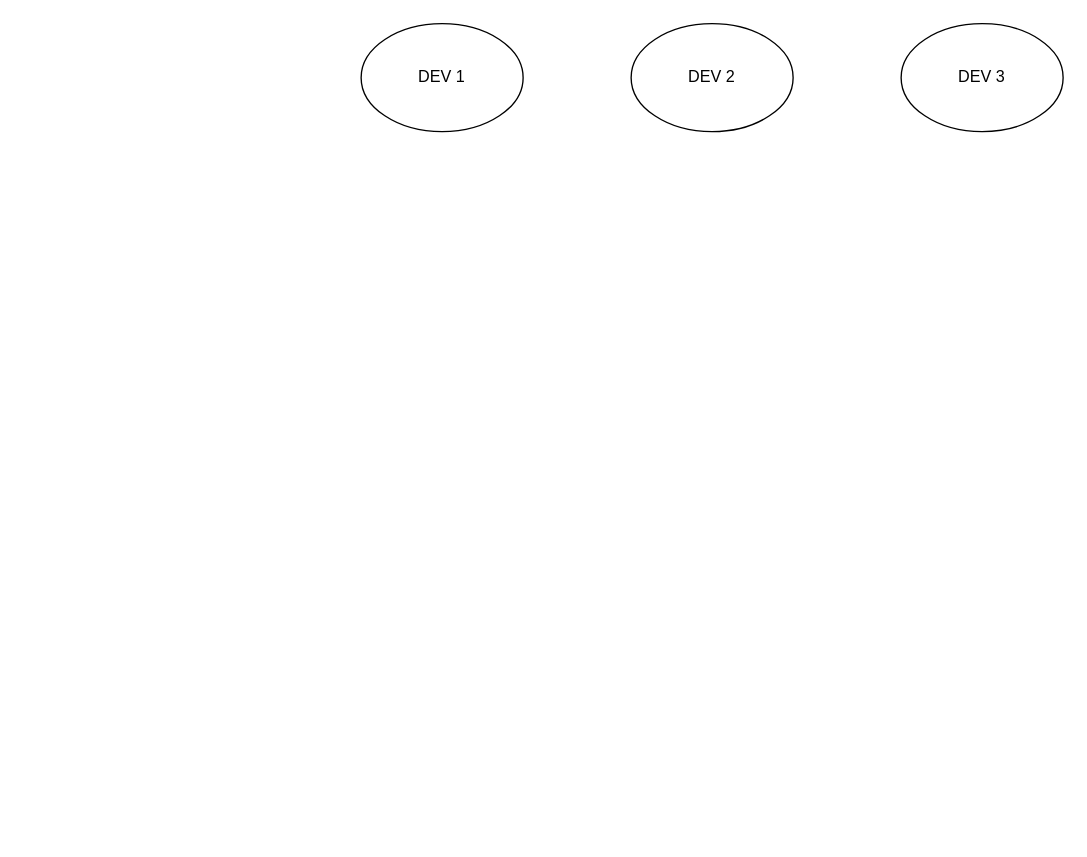
Earlier version of the draw.io diagram co-devTeam.drawio (busugu2018/muleCustomerOnboarding). Source tidied: cells renumbered, new cells numbered last; positions are measured from the earlier drawing's top-left corner, leaving out a move shared by most shapes. Both pictures are drawn from the tidied source at 135%, with x=0, y=0 at pixel (360, 23).
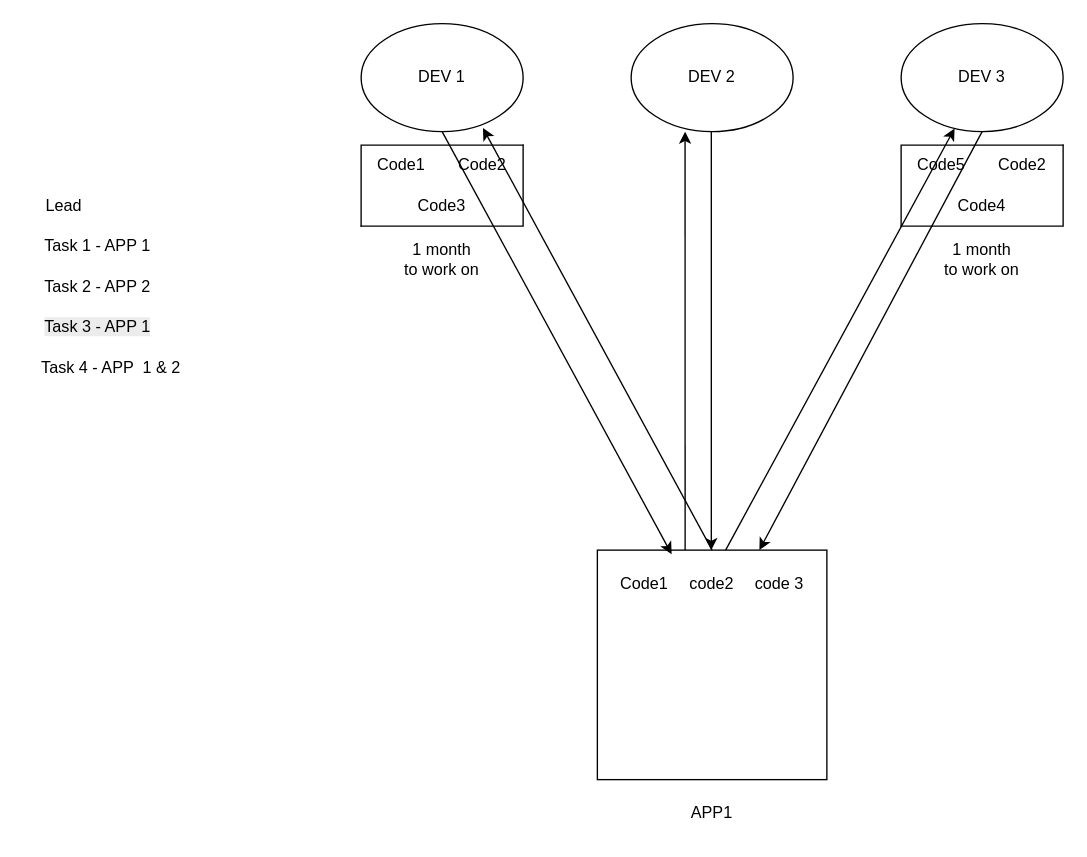
The same page after the edit.

Unchanged cells that the change refers to:
```xml
<mxCell id="2" value="DEV 1" style="ellipse;whiteSpace=wrap;html=1;" parent="1" vertex="1">
  <mxGeometry width="120" height="80" as="geometry" />
</mxCell>
<mxCell id="3" style="ellipse;whiteSpace=wrap;html=1;" parent="1" vertex="1">
  <mxGeometry x="200" width="120" height="80" as="geometry" />
</mxCell>
<mxCell id="4" value="DEV 3" style="ellipse;whiteSpace=wrap;html=1;" parent="1" vertex="1">
  <mxGeometry x="400" width="120" height="80" as="geometry" />
</mxCell>
```

Change to the diagram source:
```diff
@@
+    <mxCell id="6" value="Lead" style="text;html=1;whiteSpace=wrap;strokeColor=none;fillColor=none;align=center;verticalAlign=middle;rounded=0;" parent="1" vertex="1">
+      <mxGeometry x="-250" y="120" width="60" height="30" as="geometry" />
+    </mxCell>
+    <mxCell id="7" value="Task 1 - APP 1" style="text;html=1;whiteSpace=wrap;strokeColor=none;fillColor=none;align=center;verticalAlign=middle;rounded=0;" parent="1" vertex="1">
+      <mxGeometry x="-250" y="150" width="110" height="30" as="geometry" />
+    </mxCell>
+    <mxCell id="8" value="Task 2 - APP 2" style="text;html=1;whiteSpace=wrap;strokeColor=none;fillColor=none;align=center;verticalAlign=middle;rounded=0;" parent="1" vertex="1">
+      <mxGeometry x="-250" y="180" width="110" height="30" as="geometry" />
+    </mxCell>
+    <mxCell id="9" value="&lt;span style=&quot;caret-color: rgb(0, 0, 0); color: rgb(0, 0, 0); font-family: Helvetica; font-size: 12px; font-style: normal; font-variant-caps: normal; font-weight: 400; letter-spacing: normal; text-align: center; text-indent: 0px; text-transform: none; white-space: normal; word-spacing: 0px; -webkit-text-stroke-width: 0px; background-color: rgb(236, 236, 236); text-decoration: none; float: none; display: inline !important;&quot;&gt;Task 3 - APP 1&lt;/span&gt;" style="text;html=1;whiteSpace=wrap;strokeColor=none;fillColor=none;align=center;verticalAlign=middle;rounded=0;" parent="1" vertex="1">
+      <mxGeometry x="-245" y="210" width="100" height="30" as="geometry" />
+    </mxCell>
+    <mxCell id="10" value="Task 4 - APP &amp;nbsp;1 &amp;amp; 2" style="text;html=1;whiteSpace=wrap;strokeColor=none;fillColor=none;align=center;verticalAlign=middle;rounded=0;" parent="1" vertex="1">
+      <mxGeometry x="-245" y="240" width="120" height="30" as="geometry" />
+    </mxCell>
+    <mxCell id="11" style="whiteSpace=wrap;html=1;" parent="1" vertex="1">
+      <mxGeometry x="175" y="390" width="170" height="170" as="geometry" />
+    </mxCell>
+    <mxCell id="12" value="Code1" style="text;html=1;whiteSpace=wrap;strokeColor=none;fillColor=none;align=center;verticalAlign=middle;rounded=0;" parent="1" vertex="1">
+      <mxGeometry x="180" y="400" width="60" height="30" as="geometry" />
+    </mxCell>
+    <mxCell id="13" value="code2" style="text;html=1;whiteSpace=wrap;strokeColor=none;fillColor=none;align=center;verticalAlign=middle;rounded=0;" parent="1" vertex="1">
+      <mxGeometry x="230" y="400" width="60" height="30" as="geometry" />
+    </mxCell>
+    <mxCell id="14" value="code 3" style="text;html=1;whiteSpace=wrap;strokeColor=none;fillColor=none;align=center;verticalAlign=middle;rounded=0;" parent="1" vertex="1">
+      <mxGeometry x="280" y="400" width="60" height="30" as="geometry" />
+    </mxCell>
+    <mxCell id="15" value="APP1" style="text;html=1;whiteSpace=wrap;strokeColor=none;fillColor=none;align=center;verticalAlign=middle;rounded=0;" parent="1" vertex="1">
+      <mxGeometry x="230" y="570" width="60" height="30" as="geometry" />
+    </mxCell>
+    <mxCell id="16" value="Code1" style="text;html=1;whiteSpace=wrap;strokeColor=none;fillColor=none;align=center;verticalAlign=middle;rounded=0;" parent="1" vertex="1">
+      <mxGeometry y="90" width="60" height="30" as="geometry" />
+    </mxCell>
+    <mxCell id="17" value="Code2" style="text;html=1;whiteSpace=wrap;strokeColor=none;fillColor=none;align=center;verticalAlign=middle;rounded=0;" parent="1" vertex="1">
+      <mxGeometry x="60" y="90" width="60" height="30" as="geometry" />
+    </mxCell>
+    <mxCell id="18" value="Code3" style="text;html=1;whiteSpace=wrap;strokeColor=none;fillColor=none;align=center;verticalAlign=middle;rounded=0;" parent="1" vertex="1">
+      <mxGeometry x="30" y="120" width="60" height="30" as="geometry" />
+    </mxCell>
+    <mxCell id="19" value="1 month&lt;div&gt;to work on&lt;/div&gt;" style="text;html=1;whiteSpace=wrap;strokeColor=none;fillColor=none;align=center;verticalAlign=middle;rounded=0;" parent="1" vertex="1">
+      <mxGeometry x="30" y="160" width="60" height="30" as="geometry" />
+    </mxCell>
+    <mxCell id="20" style="shape=partialRectangle;whiteSpace=wrap;html=1;bottom=0;right=0;fillColor=none;" parent="1" vertex="1">
+      <mxGeometry y="90" width="120" height="60" as="geometry" />
+    </mxCell>
+    <mxCell id="21" style="shape=partialRectangle;whiteSpace=wrap;html=1;top=0;left=0;fillColor=none;" parent="1" vertex="1">
+      <mxGeometry y="90" width="120" height="60" as="geometry" />
+    </mxCell>
+    <mxCell id="22" value="Code5" style="text;html=1;whiteSpace=wrap;strokeColor=none;fillColor=none;align=center;verticalAlign=middle;rounded=0;" parent="1" vertex="1">
+      <mxGeometry x="400" y="90" width="60" height="30" as="geometry" />
+    </mxCell>
+    <mxCell id="23" value="Code2" style="text;html=1;whiteSpace=wrap;strokeColor=none;fillColor=none;align=center;verticalAlign=middle;rounded=0;" parent="1" vertex="1">
+      <mxGeometry x="460" y="90" width="60" height="30" as="geometry" />
+    </mxCell>
+    <mxCell id="24" value="Code4" style="text;html=1;whiteSpace=wrap;strokeColor=none;fillColor=none;align=center;verticalAlign=middle;rounded=0;" parent="1" vertex="1">
+      <mxGeometry x="430" y="120" width="60" height="30" as="geometry" />
+    </mxCell>
+    <mxCell id="25" value="1 month&lt;div&gt;to work on&lt;/div&gt;" style="text;html=1;whiteSpace=wrap;strokeColor=none;fillColor=none;align=center;verticalAlign=middle;rounded=0;" parent="1" vertex="1">
+      <mxGeometry x="430" y="160" width="60" height="30" as="geometry" />
+    </mxCell>
+    <mxCell id="26" style="shape=partialRectangle;whiteSpace=wrap;html=1;bottom=0;right=0;fillColor=none;" parent="1" vertex="1">
+      <mxGeometry x="400" y="90" width="120" height="60" as="geometry" />
+    </mxCell>
+    <mxCell id="27" style="shape=partialRectangle;whiteSpace=wrap;html=1;top=0;left=0;fillColor=none;" parent="1" vertex="1">
+      <mxGeometry x="400" y="90" width="120" height="60" as="geometry" />
+    </mxCell>
+    <mxCell id="28" style="endArrow=classic;html=1;rounded=0;" parent="1" edge="1" target="4">
+      <mxGeometry relative="1" as="geometry">
+        <mxPoint x="270" y="390" as="sourcePoint" />
+      </mxGeometry>
+    </mxCell>
+    <mxCell id="29" style="endArrow=classic;html=1;rounded=0;entryX=0.5;entryY=1;entryDx=0;entryDy=0;exitX=0.5;exitY=1;exitDx=0;exitDy=0;" parent="1" edge="1" source="4">
+      <mxGeometry relative="1" as="geometry">
+        <mxPoint x="295" y="390" as="targetPoint" />
+      </mxGeometry>
+    </mxCell>
+    <mxCell id="30" style="endArrow=classic;html=1;rounded=0;entryX=0.752;entryY=0.967;entryDx=0;entryDy=0;entryPerimeter=0;exitX=0.5;exitY=0;exitDx=0;exitDy=0;" parent="1" edge="1" source="11" target="2">
+      <mxGeometry relative="1" as="geometry" />
+    </mxCell>
+    <mxCell id="31" style="endArrow=classic;html=1;rounded=0;entryX=0.752;entryY=0.967;entryDx=0;entryDy=0;entryPerimeter=0;exitX=0.5;exitY=0;exitDx=0;exitDy=0;" parent="1" edge="1">
+      <mxGeometry relative="1" as="geometry">
+        <mxPoint x="60" y="80" as="sourcePoint" />
+        <mxPoint x="230" y="393" as="targetPoint" />
+      </mxGeometry>
+    </mxCell>
+    <mxCell id="32" style="endArrow=classic;html=1;rounded=0;entryX=0.333;entryY=1;entryDx=0;entryDy=0;entryPerimeter=0;" parent="1" edge="1" target="3">
+      <mxGeometry relative="1" as="geometry">
+        <mxPoint x="240" y="390" as="sourcePoint" />
+      </mxGeometry>
+    </mxCell>
+    <mxCell id="33" style="endArrow=classic;html=1;rounded=0;entryX=0.333;entryY=1;entryDx=0;entryDy=0;entryPerimeter=0;" parent="1" edge="1">
+      <mxGeometry relative="1" as="geometry">
+        <mxPoint x="259.4" y="80" as="sourcePoint" />
+        <mxPoint x="259.4" y="390" as="targetPoint" />
+      </mxGeometry>
+    </mxCell>
```
